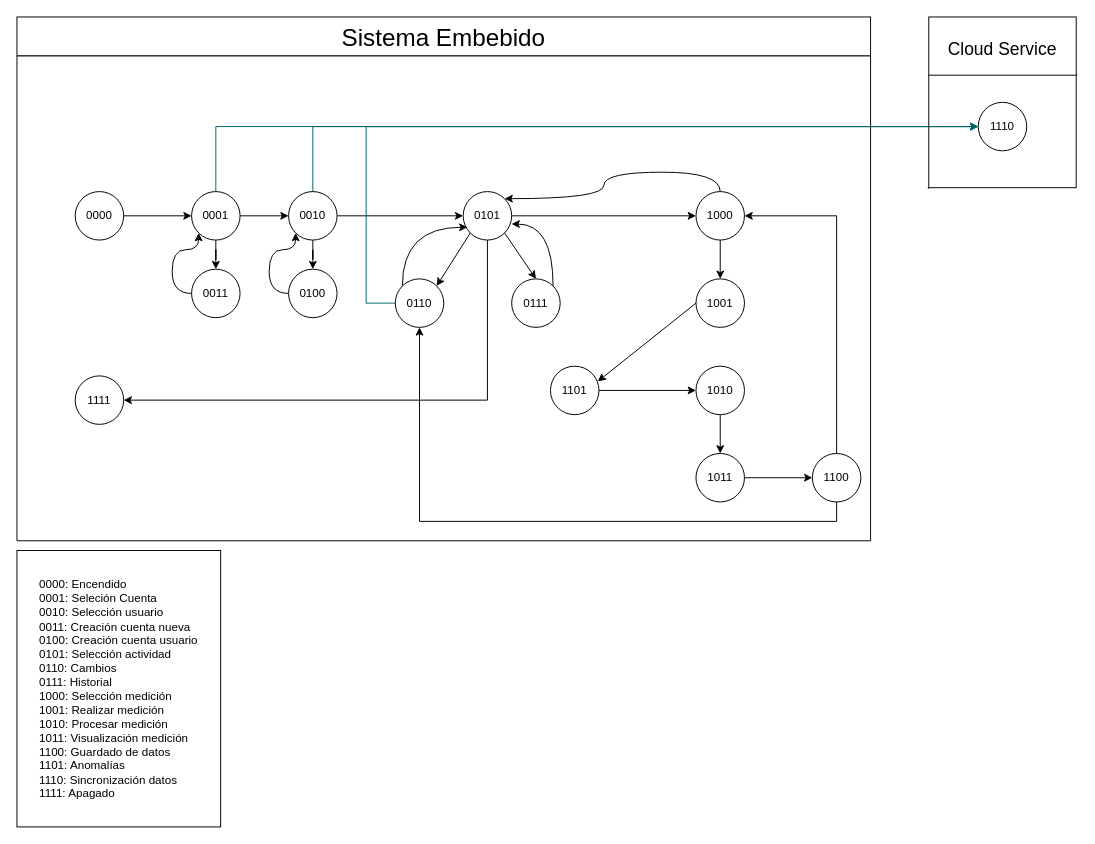
Above: Tercera_Fase/Diagramas de software/Diagrama_Estados.drawio in Angeloib98/BIATRONIC (draw.io), before the change. Source tidied: cells renumbered, new cells numbered last; positions are measured from the earlier drawing's top-left corner, leaving out a move shared by most shapes. Both pictures are drawn from the tidied source at 97%, with x=0, y=0 at pixel (16, 16).
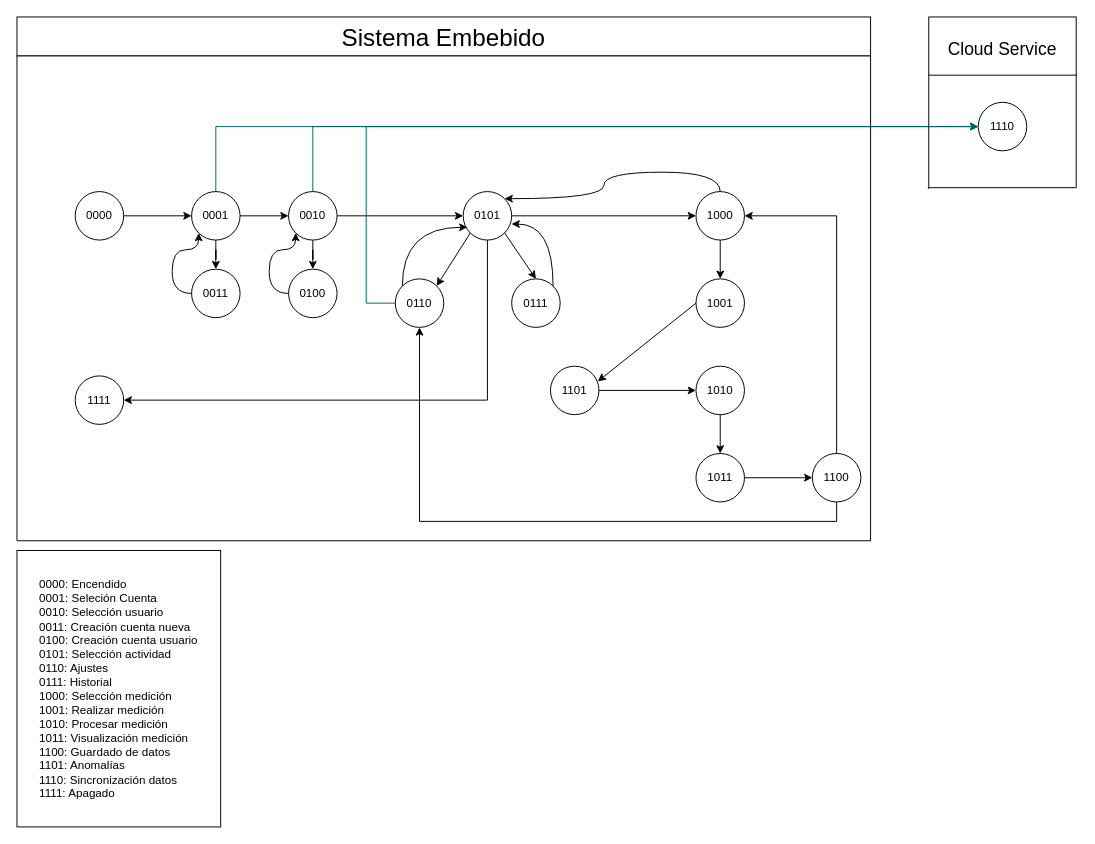
The same page after the edit.

The edit, as a diff of the source:
```diff
@@
-    <mxCell id="4" value="&lt;div style=&quot;text-align: left&quot;&gt;&lt;span&gt;0000: Encendido&lt;/span&gt;&lt;/div&gt;&lt;div style=&quot;text-align: left&quot;&gt;&lt;span&gt;0001: Seleción Cuenta&lt;/span&gt;&lt;/div&gt;&lt;div style=&quot;text-align: left&quot;&gt;&lt;span&gt;0010: Selección usuario&lt;/span&gt;&lt;/div&gt;&lt;div style=&quot;text-align: left&quot;&gt;&lt;span&gt;0011: Creación cuenta nueva&lt;/span&gt;&lt;/div&gt;&lt;div style=&quot;text-align: left&quot;&gt;&lt;span&gt;0100: Creación cuenta usuario&lt;/span&gt;&lt;/div&gt;&lt;div style=&quot;text-align: left&quot;&gt;&lt;span&gt;0101: Selección actividad&lt;/span&gt;&lt;/div&gt;&lt;div style=&quot;text-align: left&quot;&gt;&lt;span&gt;0110: Cambios&lt;/span&gt;&lt;/div&gt;&lt;div style=&quot;text-align: left&quot;&gt;&lt;span&gt;0111: Historial&lt;/span&gt;&lt;/div&gt;&lt;div style=&quot;text-align: left&quot;&gt;&lt;span&gt;1000: Selección medición&lt;/span&gt;&lt;/div&gt;&lt;div style=&quot;text-align: left&quot;&gt;&lt;span&gt;1001: Realizar medición&lt;/span&gt;&lt;/div&gt;&lt;div style=&quot;text-align: left&quot;&gt;&lt;span&gt;1010: Procesar medición&lt;/span&gt;&lt;/div&gt;&lt;div style=&quot;text-align: left&quot;&gt;&lt;span&gt;1011: Visualización medición&lt;/span&gt;&lt;/div&gt;&lt;div style=&quot;text-align: left&quot;&gt;&lt;span&gt;1100: Guardado de datos&lt;/span&gt;&lt;/div&gt;&lt;div style=&quot;text-align: left&quot;&gt;&lt;span&gt;1101: Anomalías&lt;/span&gt;&lt;/div&gt;&lt;div style=&quot;text-align: left&quot;&gt;&lt;span&gt;1110: Sincronización datos&amp;nbsp;&lt;/span&gt;&lt;/div&gt;&lt;div style=&quot;text-align: left&quot;&gt;&lt;span&gt;1111: Apagado&lt;/span&gt;&lt;/div&gt;" style="text;html=1;strokeColor=default;fillColor=none;align=center;verticalAlign=middle;whiteSpace=wrap;rounded=0;" parent="1" vertex="1">
+    <mxCell id="4" value="&lt;div style=&quot;text-align: left&quot;&gt;&lt;span&gt;0000: Encendido&lt;/span&gt;&lt;/div&gt;&lt;div style=&quot;text-align: left&quot;&gt;&lt;span&gt;0001: Seleción Cuenta&lt;/span&gt;&lt;/div&gt;&lt;div style=&quot;text-align: left&quot;&gt;&lt;span&gt;0010: Selección usuario&lt;/span&gt;&lt;/div&gt;&lt;div style=&quot;text-align: left&quot;&gt;&lt;span&gt;0011: Creación cuenta nueva&lt;/span&gt;&lt;/div&gt;&lt;div style=&quot;text-align: left&quot;&gt;&lt;span&gt;0100: Creación cuenta usuario&lt;/span&gt;&lt;/div&gt;&lt;div style=&quot;text-align: left&quot;&gt;&lt;span&gt;0101: Selección actividad&lt;/span&gt;&lt;/div&gt;&lt;div style=&quot;text-align: left&quot;&gt;&lt;span&gt;0110: Ajustes&amp;nbsp;&lt;/span&gt;&lt;/div&gt;&lt;div style=&quot;text-align: left&quot;&gt;&lt;span&gt;0111: Historial&lt;/span&gt;&lt;/div&gt;&lt;div style=&quot;text-align: left&quot;&gt;&lt;span&gt;1000: Selección medición&lt;/span&gt;&lt;/div&gt;&lt;div style=&quot;text-align: left&quot;&gt;&lt;span&gt;1001: Realizar medición&lt;/span&gt;&lt;/div&gt;&lt;div style=&quot;text-align: left&quot;&gt;&lt;span&gt;1010: Procesar medición&lt;/span&gt;&lt;/div&gt;&lt;div style=&quot;text-align: left&quot;&gt;&lt;span&gt;1011: Visualización medición&lt;/span&gt;&lt;/div&gt;&lt;div style=&quot;text-align: left&quot;&gt;&lt;span&gt;1100: Guardado de datos&lt;/span&gt;&lt;/div&gt;&lt;div style=&quot;text-align: left&quot;&gt;&lt;span&gt;1101: Anomalías&lt;/span&gt;&lt;/div&gt;&lt;div style=&quot;text-align: left&quot;&gt;&lt;span&gt;1110: Sincronización datos&amp;nbsp;&lt;/span&gt;&lt;/div&gt;&lt;div style=&quot;text-align: left&quot;&gt;&lt;span&gt;1111: Apagado&lt;/span&gt;&lt;/div&gt;" style="text;html=1;strokeColor=default;fillColor=none;align=center;verticalAlign=middle;whiteSpace=wrap;rounded=0;" parent="1" vertex="1">
       <mxGeometry y="550" width="210" height="285" as="geometry" />
     </mxCell>
```
